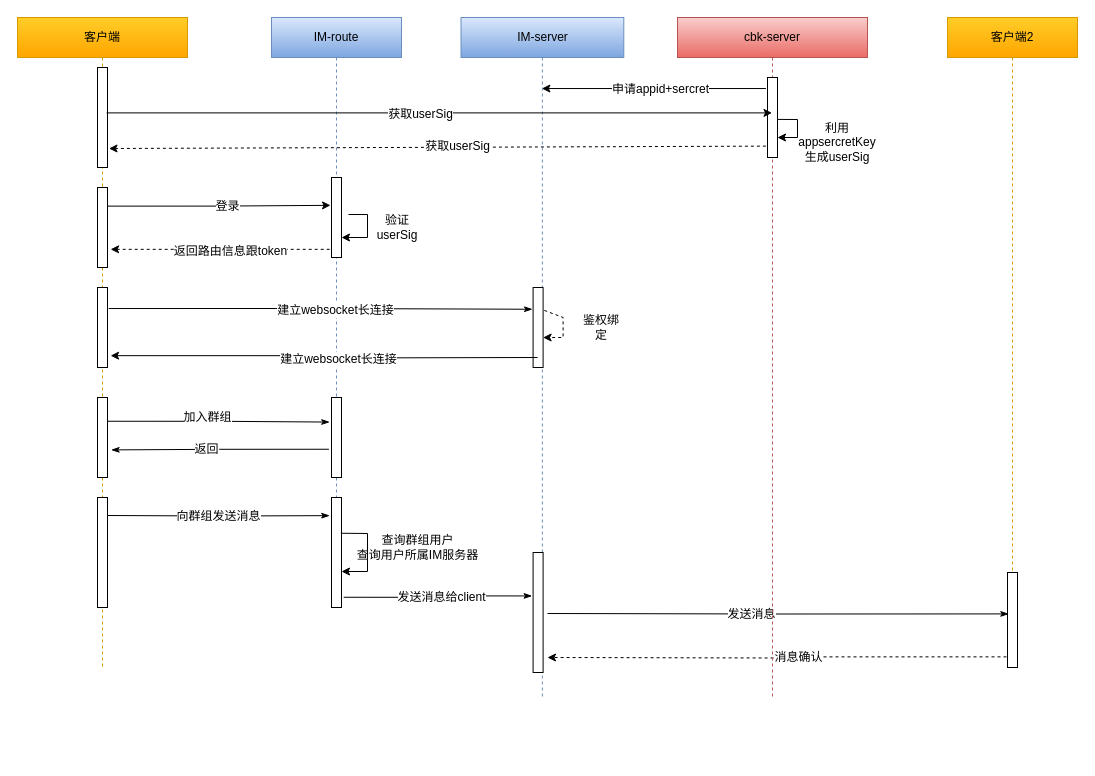
JAi-Li/document keeps this draw.io diagram as IM消息系统.drawio. Above is the earlier version. Source tidied: cells renumbered, new cells numbered last; positions are measured from the earlier drawing's top-left corner, leaving out a move shared by most shapes. Both pictures are drawn from the tidied source at 100%, with x=0, y=0 at pixel (17, 17).
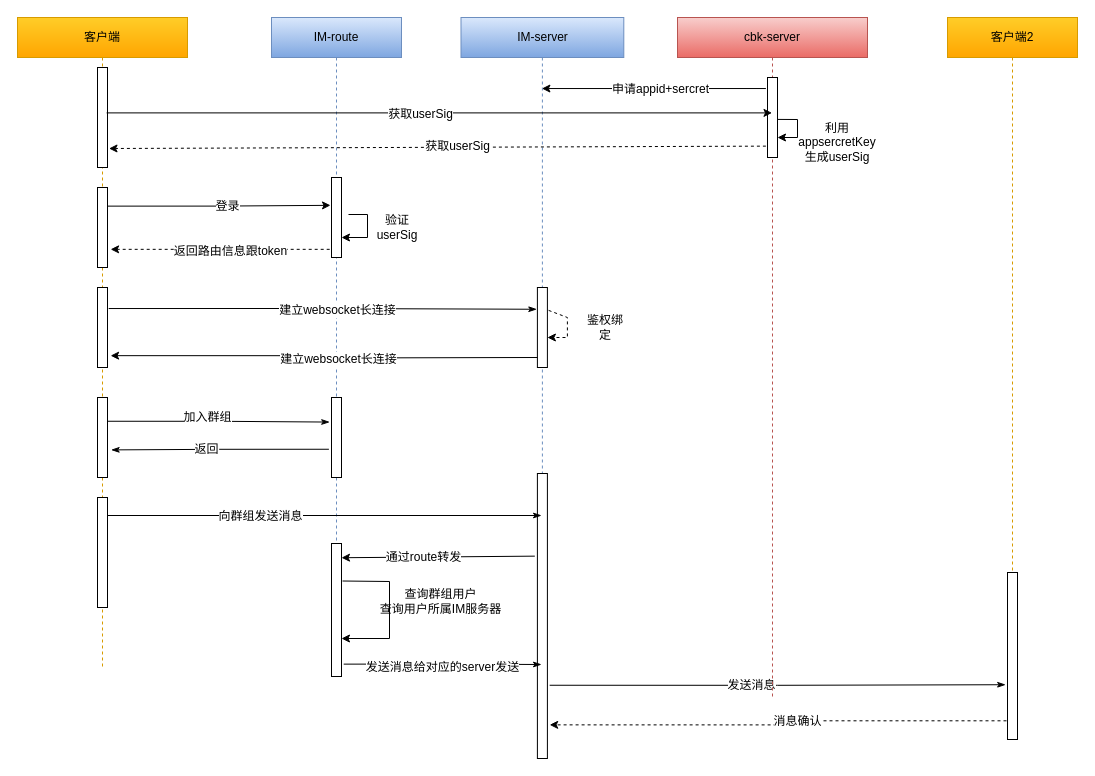
The same diagram, later.

Commit message:
更新IM消息系统.drawio

The change refers to these unchanged cells:
```xml
<mxCell id="39" style="html=1;points=[];perimeter=orthogonalPerimeter;strokeColor=rgb(0, 0, 0);fontFamily=Helvetica;fontSize=12;fontColor=rgb(0, 0, 0);fillColor=rgb(255, 255, 255);" parent="38" vertex="1">
  <mxGeometry x="90" y="60" width="10" height="80" as="geometry" />
</mxCell>
```

What changed in the source:
```diff
@@
     <mxCell id="13" value="IM-server" style="shape=umlLifeline;perimeter=lifelinePerimeter;whiteSpace=wrap;html=1;outlineConnect=0;fillColor=#dae8fc;gradientColor=#7ea6e0;strokeColor=#6c8ebf;" parent="1" vertex="1">
-      <mxGeometry x="443.5" width="162.8" height="680" as="geometry" />
+      <mxGeometry x="443.5" width="162.8" height="741" as="geometry" />
     </mxCell>
     <mxCell id="14" style="html=1;points=[];perimeter=orthogonalPerimeter;strokeColor=rgb(0, 0, 0);fontFamily=Helvetica;fontSize=12;fontColor=rgb(0, 0, 0);fillColor=rgb(255, 255, 255);" parent="13" vertex="1">
-      <mxGeometry x="72.1" y="270" width="10" height="80" as="geometry" />
+      <mxGeometry x="76.4" y="270" width="10" height="80" as="geometry" />
     </mxCell>
     <mxCell id="15" style="html=1;points=[];perimeter=orthogonalPerimeter;strokeColor=rgb(0, 0, 0);fontFamily=Helvetica;fontSize=12;fontColor=rgb(0, 0, 0);fillColor=rgb(255, 255, 255);" parent="13" vertex="1">
-      <mxGeometry x="72.1" y="535" width="10" height="120" as="geometry" />
+      <mxGeometry x="76.4" y="456" width="10" height="285" as="geometry" />
     </mxCell>
     <mxCell id="16" style="endArrow=classic;html=1;rounded=0;dashed=1;fontFamily=Helvetica;fontSize=12;fontColor=rgb(0, 0, 0);exitX=1.122;exitY=0.286;exitDx=0;exitDy=0;exitPerimeter=0;" parent="13" edge="1" source="14" target="14">
       <mxGeometry relative="1" as="geometry">
         <Array as="points">
-          <mxPoint x="76" y="323" />
+          <mxPoint x="80.2" y="323" />
         </Array>
       </mxGeometry>
     </mxCell>
     <mxCell id="17" value="鉴权绑定" style="text;html=1;strokeColor=none;fillColor=none;align=center;verticalAlign=middle;whiteSpace=wrap;rounded=0;fontFamily=Helvetica;fontSize=12;fontColor=rgb(0, 0, 0);" parent="13" vertex="1">
-      <mxGeometry x="118.5" y="295" width="44.2" height="30" as="geometry" />
+      <mxGeometry x="122.7" y="295" width="44.2" height="30" as="geometry" />
     </mxCell>
@@
-    <mxCell id="28" style="edgeStyle=orthogonalEdgeStyle;rounded=0;jettySize=auto;html=1;fontFamily=Helvetica;fontSize=12;fontColor=rgb(0, 0, 0);startArrow=none;startFill=0;endArrow=classicThin;endFill=1;entryX=-0.18;entryY=0.165;entryDx=0;entryDy=0;entryPerimeter=0;" parent="1" edge="1" target="48">
+    <mxCell id="28" style="edgeStyle=orthogonalEdgeStyle;rounded=0;orthogonalLoop=1;jettySize=auto;html=1;fontFamily=Helvetica;fontSize=12;fontColor=rgb(0, 0, 0);startArrow=none;startFill=0;endArrow=classicThin;endFill=1;" parent="1" edge="1">
       <mxGeometry relative="1" as="geometry">
         <mxPoint x="90" y="498" as="sourcePoint" />
+        <mxPoint x="524" y="498" as="targetPoint" />
       </mxGeometry>
     </mxCell>
     <mxCell id="29" value="向群组发送消息" style="edgeLabel;html=1;align=center;verticalAlign=middle;fontSize=12;fontFamily=Helvetica;fontColor=rgb(0, 0, 0);" parent="28" vertex="1">
       <mxGeometry x="-0.22" y="4" relative="1" as="geometry">
-        <mxPoint x="23" y="4" as="offset" />
+        <mxPoint x="-17" y="4" as="offset" />
       </mxGeometry>
     </mxCell>
-    <mxCell id="30" style="edgeStyle=orthogonalEdgeStyle;rounded=0;jettySize=auto;html=1;fontFamily=Helvetica;fontSize=12;fontColor=rgb(0, 0, 0);startArrow=none;startFill=0;endArrow=classicThin;endFill=1;entryX=-0.1;entryY=0.362;entryDx=0;entryDy=0;entryPerimeter=0;exitX=1.22;exitY=0.907;exitDx=0;exitDy=0;exitPerimeter=0;" parent="1" edge="1" source="48" target="15">
-      <mxGeometry relative="1" as="geometry" />
+    <mxCell id="30" style="edgeStyle=orthogonalEdgeStyle;rounded=0;jettySize=auto;html=1;fontFamily=Helvetica;fontSize=12;fontColor=rgb(0, 0, 0);startArrow=none;startFill=0;endArrow=classicThin;endFill=1;exitX=1.22;exitY=0.907;exitDx=0;exitDy=0;exitPerimeter=0;" parent="1" edge="1" source="48">
+      <mxGeometry relative="1" as="geometry">
+        <mxPoint x="524" y="647" as="targetPoint" />
+      </mxGeometry>
     </mxCell>
-    <mxCell id="31" value="发送消息给client" style="edgeLabel;html=1;align=center;verticalAlign=middle;fontSize=12;fontFamily=Helvetica;fontColor=rgb(0, 0, 0);" parent="30" vertex="1">
+    <mxCell id="31" value="发送消息给对应的server发送" style="edgeLabel;html=1;align=center;verticalAlign=middle;fontSize=12;fontFamily=Helvetica;fontColor=rgb(0, 0, 0);" parent="30" vertex="1">
       <mxGeometry x="-0.22" y="4" relative="1" as="geometry">
-        <mxPoint x="23" y="4" as="offset" />
+        <mxPoint x="21" y="7" as="offset" />
       </mxGeometry>
     </mxCell>
     <mxCell id="32" value="客户端2" style="shape=umlLifeline;perimeter=lifelinePerimeter;whiteSpace=wrap;html=1;fillColor=#ffcd28;gradientColor=#ffa500;strokeColor=#d79b00;glass=0;rounded=0;sketch=0;shadow=0;" parent="1" vertex="1">
-      <mxGeometry x="930" width="130" height="650" as="geometry" />
+      <mxGeometry x="930" width="130" height="722" as="geometry" />
     </mxCell>
     <mxCell id="33" style="html=1;points=[];perimeter=orthogonalPerimeter;strokeColor=rgb(0, 0, 0);fontFamily=Helvetica;fontSize=12;fontColor=rgb(0, 0, 0);fillColor=rgb(255, 255, 255);" parent="32" vertex="1">
-      <mxGeometry x="60" y="555" width="10" height="95" as="geometry" />
+      <mxGeometry x="60" y="555" width="10" height="167" as="geometry" />
     </mxCell>
-    <mxCell id="34" style="edgeStyle=orthogonalEdgeStyle;rounded=0;jettySize=auto;html=1;fontFamily=Helvetica;fontSize=12;fontColor=rgb(0, 0, 0);startArrow=none;startFill=0;endArrow=classicThin;endFill=1;entryX=0.13;entryY=0.436;entryDx=0;entryDy=0;entryPerimeter=0;" parent="1" edge="1" target="33">
-      <mxGeometry relative="1" as="geometry">
-        <mxPoint x="530" y="596" as="sourcePoint" />
-      </mxGeometry>
+    <mxCell id="34" style="edgeStyle=orthogonalEdgeStyle;rounded=0;jettySize=auto;html=1;fontFamily=Helvetica;fontSize=12;fontColor=rgb(0, 0, 0);startArrow=none;startFill=0;endArrow=classicThin;endFill=1;entryX=-0.186;entryY=0.672;entryDx=0;entryDy=0;entryPerimeter=0;exitX=1.227;exitY=0.743;exitDx=0;exitDy=0;exitPerimeter=0;" parent="1" edge="1" source="15" target="33">
+      <mxGeometry relative="1" as="geometry" />
     </mxCell>
@@
-    <mxCell id="36" style="edgeStyle=orthogonalEdgeStyle;rounded=0;jettySize=auto;html=1;fontFamily=Helvetica;fontSize=12;fontColor=rgb(0, 0, 0);dashed=1;exitX=-0.1;exitY=0.888;exitDx=0;exitDy=0;exitPerimeter=0;" parent="1" edge="1" source="33">
-      <mxGeometry relative="1" as="geometry">
-        <mxPoint x="530" y="640" as="targetPoint" />
-      </mxGeometry>
+    <mxCell id="36" style="edgeStyle=orthogonalEdgeStyle;rounded=0;jettySize=auto;html=1;fontFamily=Helvetica;fontSize=12;fontColor=rgb(0, 0, 0);dashed=1;exitX=-0.1;exitY=0.888;exitDx=0;exitDy=0;exitPerimeter=0;entryX=1.227;entryY=0.882;entryDx=0;entryDy=0;entryPerimeter=0;" parent="1" edge="1" source="33" target="15">
+      <mxGeometry relative="1" as="geometry" />
     </mxCell>
@@
     <mxCell id="48" style="html=1;points=[];perimeter=orthogonalPerimeter;strokeColor=rgb(0, 0, 0);fontFamily=Helvetica;fontSize=12;fontColor=rgb(0, 0, 0);fillColor=rgb(255, 255, 255);" parent="1" vertex="1">
-      <mxGeometry x="314" y="480" width="10" height="110" as="geometry" />
+      <mxGeometry x="314" y="526" width="10" height="133" as="geometry" />
     </mxCell>
+    <mxCell id="51" style="endArrow=classic;html=1;rounded=0;fontFamily=Helvetica;fontSize=12;fontColor=rgb(0, 0, 0);exitX=-0.16;exitY=0.138;exitDx=0;exitDy=0;exitPerimeter=0;" parent="1" edge="1" source="39" target="13">
+      <mxGeometry relative="1" as="geometry" />
+    </mxCell>
+    <mxCell id="52" value="申请appid+sercret" style="edgeLabel;html=1;align=center;verticalAlign=middle;fontSize=12;fontFamily=Helvetica;fontColor=rgb(0, 0, 0);" parent="51" vertex="1">
+      <mxGeometry x="-0.15" relative="1" as="geometry">
+        <mxPoint x="-11" as="offset" />
+      </mxGeometry>
+    </mxCell>
+    <mxCell id="53" style="endArrow=classic;html=1;rounded=0;fontFamily=Helvetica;fontSize=12;fontColor=rgb(0, 0, 0);exitX=-0.258;exitY=0.29;exitDx=0;exitDy=0;exitPerimeter=0;entryX=1;entryY=0.107;entryDx=0;entryDy=0;entryPerimeter=0;" parent="1" edge="1" source="15" target="48">
+      <mxGeometry relative="1" as="geometry" />
+    </mxCell>
+    <mxCell id="54" value="通过route转发" style="edgeLabel;html=1;align=center;verticalAlign=middle;fontSize=12;fontFamily=Helvetica;fontColor=rgb(0, 0, 0);" parent="53" vertex="1">
+      <mxGeometry x="0.16" relative="1" as="geometry" />
+    </mxCell>
-    <mxCell id="49" style="endArrow=classic;html=1;rounded=0;fontFamily=Helvetica;fontSize=12;fontColor=rgb(0, 0, 0);exitX=0.935;exitY=0.325;exitDx=0;exitDy=0;exitPerimeter=0;" parent="1" edge="1" source="48" target="48">
+    <mxCell id="49" style="endArrow=classic;html=1;rounded=0;fontFamily=Helvetica;fontSize=12;fontColor=rgb(0, 0, 0);exitX=1.1;exitY=0.282;exitDx=0;exitDy=0;exitPerimeter=0;" parent="1" edge="1" source="48" target="48">
       <mxGeometry relative="1" as="geometry">
         <Array as="points">
-          <mxPoint x="350" y="516" />
+          <mxPoint x="372" y="564" />
         </Array>
       </mxGeometry>
     </mxCell>
     <mxCell id="50" value="查询群组用户&lt;br&gt;查询用户所属IM服务器" style="text;html=1;align=center;verticalAlign=middle;strokeColor=none;fillColor=none;fontSize=12;fontFamily=Helvetica;fontColor=rgb(0, 0, 0);" parent="1" vertex="1">
-      <mxGeometry x="330" y="510" width="140" height="40" as="geometry" />
+      <mxGeometry x="353" y="564" width="140" height="40" as="geometry" />
     </mxCell>
-    <mxCell id="51" style="endArrow=classic;html=1;rounded=0;fontFamily=Helvetica;fontSize=12;fontColor=rgb(0, 0, 0);exitX=-0.16;exitY=0.138;exitDx=0;exitDy=0;exitPerimeter=0;" parent="1" edge="1" source="39" target="13">
-      <mxGeometry relative="1" as="geometry" />
-    </mxCell>
-    <mxCell id="52" value="申请appid+sercret" style="edgeLabel;html=1;align=center;verticalAlign=middle;fontSize=12;fontFamily=Helvetica;fontColor=rgb(0, 0, 0);" parent="51" vertex="1">
-      <mxGeometry x="-0.15" relative="1" as="geometry">
-        <mxPoint x="-11" as="offset" />
-      </mxGeometry>
-    </mxCell>
```
